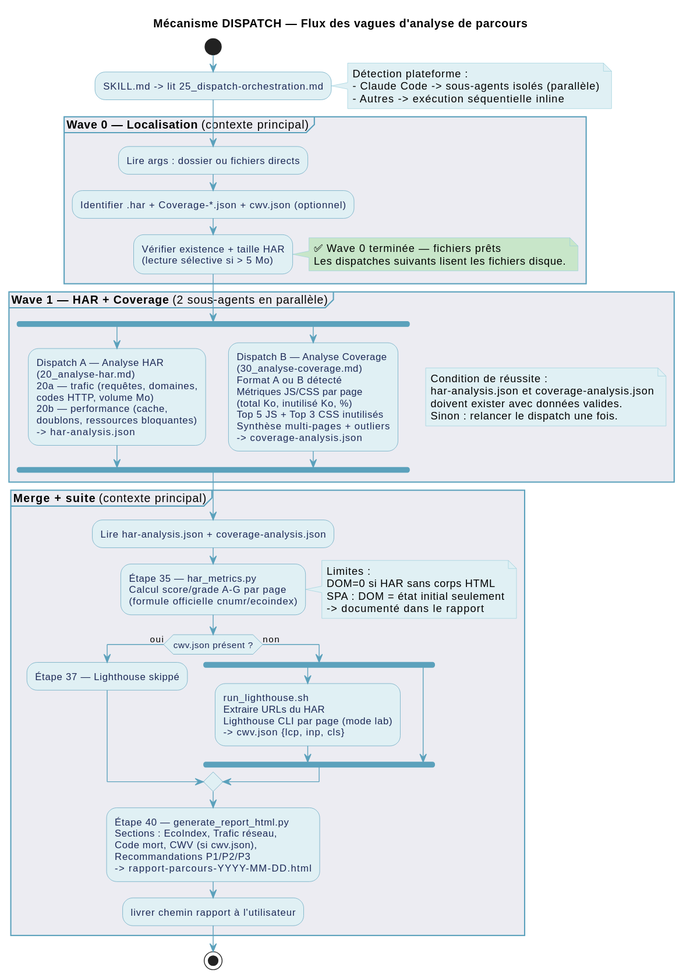
This is documentation/diagramme/analyse-parcours-dispatch-activite.svg from Boavizta/eroom, a PlantUML export, as it was before one commit.
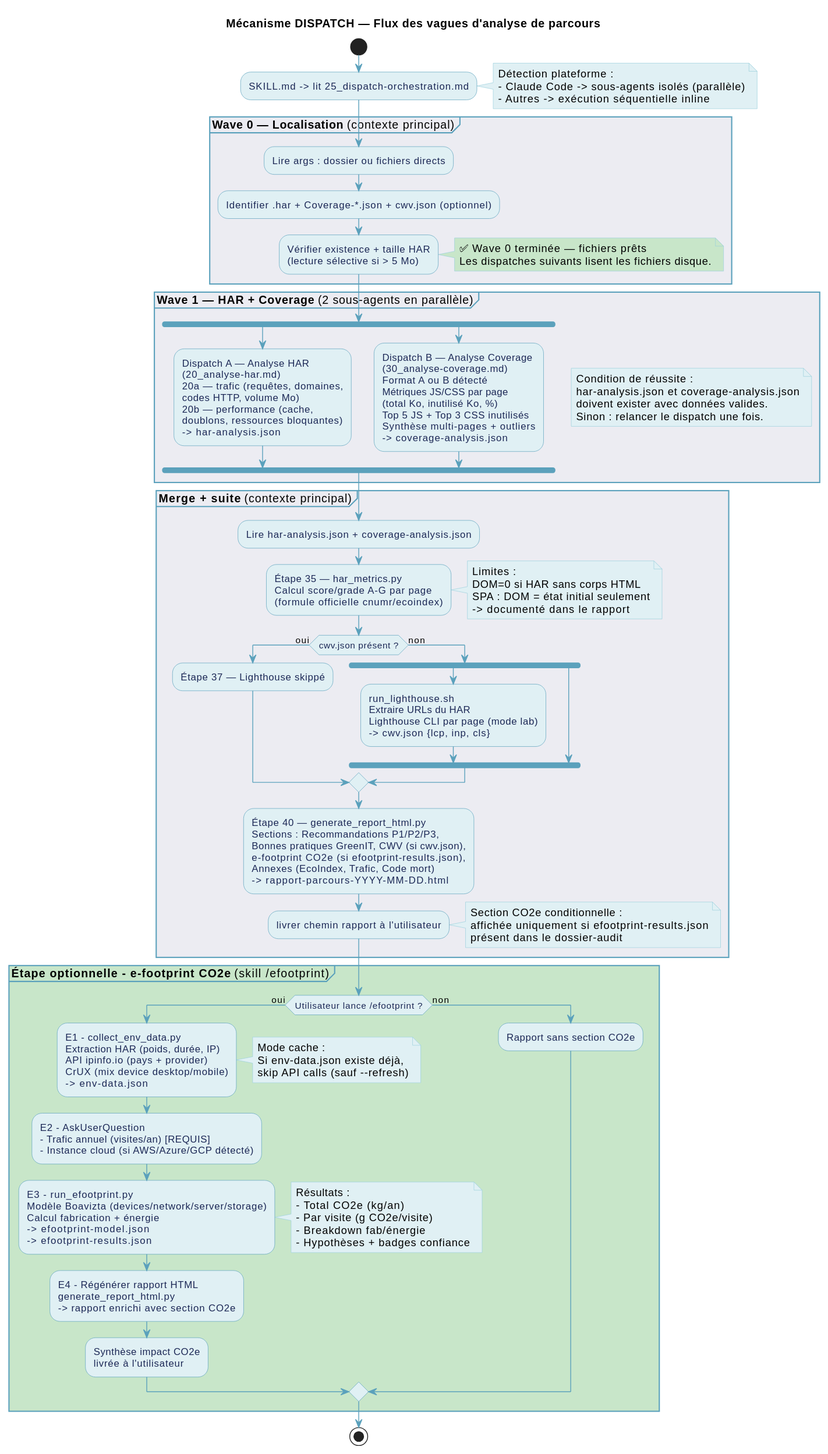
Later version of the same file.

Commit message:
feat(diagrammes): réorganisation + ajout page 4 e-footprint

Change to the diagram source:
```diff
@@ -96,12 +96,62 @@
   endif
 
   :Étape 40 — generate_report_html.py
-  Sections : EcoIndex, Trafic réseau,
-  Code mort, CWV (si cwv.json),
-  Recommandations P1/P2/P3
+  Sections : Recommandations P1/P2/P3,
+  Bonnes pratiques GreenIT, CWV (si cwv.json),
+  e-footprint CO2e (si efootprint-results.json),
+  Annexes (EcoIndex, Trafic, Code mort)
   -> rapport-parcours-YYYY-MM-DD.html;
 
   :livrer chemin rapport à l'utilisateur;
+
+  note right #E0F0F4
+    Section CO2e conditionnelle :
+    affichée uniquement si efootprint-results.json
+    présent dans le dossier-audit
+  end note
+}
+
+partition "**Étape optionnelle - e-footprint CO2e** (skill /efootprint)" #C8E6C9 {
+  if (Utilisateur lance /efootprint ?) then (oui)
+    :E1 - collect_env_data.py
+    Extraction HAR (poids, durée, IP)
+    API ipinfo.io (pays + provider)
+    CrUX (mix device desktop/mobile)
+    -> env-data.json;
+
+    note right
+      Mode cache :
+      Si env-data.json existe déjà,
+      skip API calls (sauf --refresh)
+    end note
+
+    :E2 - AskUserQuestion
+    - Trafic annuel (visites/an) [REQUIS]
+    - Instance cloud (si AWS/Azure/GCP détecté);
+
+    :E3 - run_efootprint.py
+    Modèle Boavizta (devices/network/server/storage)
+    Calcul fabrication + énergie
+    -> efootprint-model.json
+    -> efootprint-results.json;
+
+    note right
+      Résultats :
+      - Total CO2e (kg/an)
+      - Par visite (g CO2e/visite)
+      - Breakdown fab/énergie
+      - Hypothèses + badges confiance
+    end note
+
+    :E4 - Régénérer rapport HTML
+    generate_report_html.py
+    -> rapport enrichi avec section CO2e;
+
+    :Synthèse impact CO2e
+    livrée à l'utilisateur;
+  else (non)
+    :Rapport sans section CO2e;
+  endif
 }
 
 stop
```
